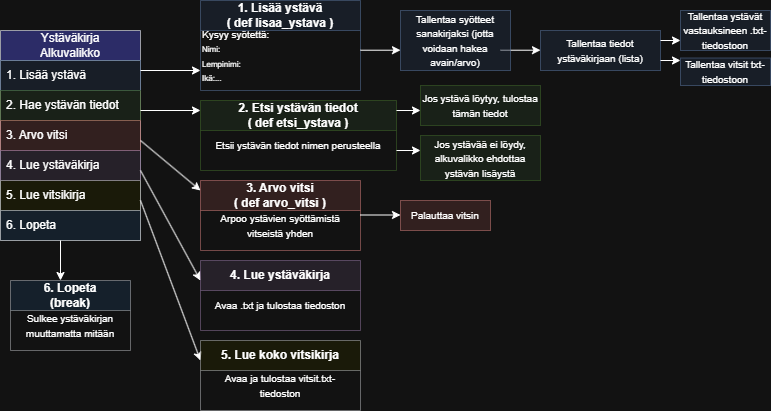
This is images/ystavakirja_suunnitelmat.drawio.png from tLineaaa/ohjelmistoprojekti, a draw.io export, as it was before one commit. Source tidied: cells renumbered, new cells last; positions are measured from the earlier drawing's top-left corner, leaving out a move shared by most shapes. Its diagram source:
```xml
<mxGraphModel>
  <root>
    <mxCell id="0" />
    <mxCell id="1" parent="0" />
    <mxCell id="2" value="Ystäväkirja&lt;div&gt;Alkuvalikko&lt;/div&gt;" style="swimlane;fontStyle=0;horizontal=1;startSize=30;whiteSpace=wrap;html=1;fillColor=light-dark(#CDEB8B,#32327C);strokeColor=#36393d;opacity=80;" parent="1" vertex="1">
      <mxGeometry y="30" width="140" height="210" as="geometry" />
    </mxCell>
    <mxCell id="3" value="1. Lisää ystävä" style="text;align=left;verticalAlign=middle;spacingLeft=4;spacingRight=4;overflow=hidden;whiteSpace=wrap;html=1;strokeColor=#6c8ebf;fillColor=#dae8fc;opacity=50;" parent="2" vertex="1">
      <mxGeometry y="30" width="140" height="30" as="geometry" />
    </mxCell>
    <mxCell id="4" value="2. Hae ystävän tiedot" style="text;strokeColor=#82b366;fillColor=#d5e8d4;align=left;verticalAlign=middle;spacingLeft=4;spacingRight=4;overflow=hidden;whiteSpace=wrap;html=1;opacity=50;" parent="2" vertex="1">
      <mxGeometry y="60" width="140" height="30" as="geometry" />
    </mxCell>
    <mxCell id="5" value="3. Arvo vitsi" style="text;strokeColor=#b85450;fillColor=#f8cecc;align=left;verticalAlign=middle;spacingLeft=4;spacingRight=4;overflow=hidden;whiteSpace=wrap;html=1;opacity=50;" parent="2" vertex="1">
      <mxGeometry y="90" width="140" height="30" as="geometry" />
    </mxCell>
    <mxCell id="6" value="4. Lue ystäväkirja" style="text;strokeColor=#9673a6;fillColor=#e1d5e7;align=left;verticalAlign=middle;spacingLeft=4;spacingRight=4;overflow=hidden;whiteSpace=wrap;html=1;opacity=50;" parent="2" vertex="1">
      <mxGeometry y="120" width="140" height="30" as="geometry" />
    </mxCell>
    <mxCell id="7" value="5. Lue vitsikirja" style="text;strokeColor=#36393d;fillColor=#ffff88;align=left;verticalAlign=middle;spacingLeft=4;spacingRight=4;overflow=hidden;whiteSpace=wrap;html=1;opacity=50;" parent="2" vertex="1">
      <mxGeometry y="150" width="140" height="30" as="geometry" />
    </mxCell>
    <mxCell id="8" value="6. Lopeta" style="text;strokeColor=#36393d;fillColor=#cce5ff;align=left;verticalAlign=middle;spacingLeft=4;spacingRight=4;overflow=hidden;whiteSpace=wrap;html=1;opacity=50;" parent="2" vertex="1">
      <mxGeometry y="180" width="140" height="30" as="geometry" />
    </mxCell>
    <mxCell id="9" style="endArrow=classic;html=1;rounded=0;" parent="1" edge="1">
      <mxGeometry relative="1" as="geometry">
        <mxPoint x="140" y="70" as="sourcePoint" />
        <mxPoint x="200" y="70" as="targetPoint" />
      </mxGeometry>
    </mxCell>
    <mxCell id="10" style="endArrow=classic;html=1;rounded=0;" parent="1" edge="1">
      <mxGeometry relative="1" as="geometry">
        <mxPoint x="140" y="110" as="sourcePoint" />
        <mxPoint x="200" y="110" as="targetPoint" />
      </mxGeometry>
    </mxCell>
    <mxCell id="11" style="endArrow=classic;html=1;rounded=0;" parent="1" edge="1">
      <mxGeometry relative="1" as="geometry">
        <mxPoint x="140" y="140" as="sourcePoint" />
        <mxPoint x="200" y="190" as="targetPoint" />
      </mxGeometry>
    </mxCell>
    <mxCell id="12" style="endArrow=classic;html=1;rounded=0;" parent="1" edge="1">
      <mxGeometry relative="1" as="geometry">
        <mxPoint x="140" y="170" as="sourcePoint" />
        <mxPoint x="200" y="280" as="targetPoint" />
      </mxGeometry>
    </mxCell>
    <mxCell id="13" value="1. Lisää ystävä&lt;div&gt;( def lisaa_ystava )&lt;/div&gt;" style="swimlane;whiteSpace=wrap;html=1;startSize=30;fillColor=#dae8fc;opacity=50;strokeColor=#6c8ebf;" parent="1" vertex="1">
      <mxGeometry x="200" width="160" height="90" as="geometry" />
    </mxCell>
    <mxCell id="14" value="&lt;font style=&quot;&quot;&gt;&lt;span style=&quot;font-size: 10px;&quot;&gt;Kysyy syötettä:&lt;/span&gt;&lt;br&gt;&lt;font style=&quot;font-size: 8px;&quot;&gt;Nimi:&lt;/font&gt;&lt;/font&gt;&lt;div&gt;&lt;font style=&quot;font-size: 8px;&quot;&gt;Lempinimi:&lt;/font&gt;&lt;/div&gt;&lt;div&gt;&lt;font style=&quot;font-size: 8px;&quot;&gt;Ikä:...&lt;/font&gt;&lt;/div&gt;" style="text;html=1;whiteSpace=wrap;strokeColor=none;fillColor=none;align=left;verticalAlign=middle;rounded=0;" parent="13" vertex="1">
      <mxGeometry y="40" width="150" height="30" as="geometry" />
    </mxCell>
    <mxCell id="15" value="2. Etsi ystävän tiedot&lt;div&gt;( def etsi_ystava )&lt;/div&gt;" style="swimlane;whiteSpace=wrap;html=1;startSize=30;fillColor=#d5e8d4;strokeColor=#82b366;opacity=50;" parent="1" vertex="1">
      <mxGeometry x="200" y="100" width="196" height="70" as="geometry" />
    </mxCell>
    <mxCell id="16" value="&lt;font style=&quot;font-size: 10px;&quot;&gt;Etsii ystävän tiedot nimen perusteella&lt;/font&gt;" style="text;html=1;whiteSpace=wrap;strokeColor=none;fillColor=none;align=center;verticalAlign=middle;rounded=0;" parent="15" vertex="1">
      <mxGeometry x="8" y="30" width="180" height="30" as="geometry" />
    </mxCell>
    <mxCell id="17" value="3. Arvo vitsi&lt;div&gt;( def arvo_vitsi )&lt;/div&gt;" style="swimlane;whiteSpace=wrap;html=1;startSize=30;fillColor=#f8cecc;strokeColor=#b85450;opacity=50;" parent="1" vertex="1">
      <mxGeometry x="200" y="180" width="160" height="70" as="geometry" />
    </mxCell>
    <mxCell id="18" value="&lt;font style=&quot;font-size: 10px;&quot;&gt;Arpoo ystävien syöttämistä vitseistä yhden&lt;/font&gt;" style="text;html=1;whiteSpace=wrap;align=center;verticalAlign=middle;rounded=0;opacity=50;" parent="17" vertex="1">
      <mxGeometry x="10" y="30" width="140" height="30" as="geometry" />
    </mxCell>
    <mxCell id="19" value="6. Lopeta&lt;div&gt;(break)&lt;/div&gt;" style="swimlane;whiteSpace=wrap;html=1;startSize=30;fillColor=#cce5ff;strokeColor=#36393d;opacity=50;" parent="1" vertex="1">
      <mxGeometry x="10" y="280" width="120" height="70" as="geometry" />
    </mxCell>
    <mxCell id="20" value="&lt;font style=&quot;font-size: 10px;&quot;&gt;Sulkee ystäväkirjan muuttamatta mitään&lt;/font&gt;" style="text;html=1;whiteSpace=wrap;strokeColor=none;fillColor=none;align=center;verticalAlign=middle;rounded=0;" parent="19" vertex="1">
      <mxGeometry x="-10" y="30" width="140" height="30" as="geometry" />
    </mxCell>
    <mxCell id="21" value="&lt;font style=&quot;font-size: 10px;&quot;&gt;Tallentaa tiedot ystäväkirjaan (lista)&lt;/font&gt;" style="rounded=0;whiteSpace=wrap;html=1;fillColor=#dae8fc;strokeColor=#6c8ebf;opacity=50;" parent="1" vertex="1">
      <mxGeometry x="540" y="30" width="120" height="40" as="geometry" />
    </mxCell>
    <mxCell id="22" style="endArrow=classic;html=1;rounded=0;" parent="1" edge="1">
      <mxGeometry relative="1" as="geometry">
        <mxPoint x="360" y="49.7" as="sourcePoint" />
        <mxPoint x="400" y="49.7" as="targetPoint" />
      </mxGeometry>
    </mxCell>
    <mxCell id="23" value="&lt;font style=&quot;font-size: 10px;&quot;&gt;Jos ystävää ei löydy, alkuvalikko ehdottaa ystävän lisäystä&lt;/font&gt;" style="rounded=0;whiteSpace=wrap;html=1;fillColor=#d5e8d4;strokeColor=#82b366;opacity=50;" parent="1" vertex="1">
      <mxGeometry x="420" y="135" width="120" height="45" as="geometry" />
    </mxCell>
    <mxCell id="24" style="endArrow=classic;html=1;rounded=0;" parent="1" edge="1">
      <mxGeometry relative="1" as="geometry">
        <mxPoint x="396" y="110" as="sourcePoint" />
        <mxPoint x="420" y="110" as="targetPoint" />
      </mxGeometry>
    </mxCell>
    <mxCell id="25" value="&lt;font style=&quot;font-size: 10px;&quot;&gt;Jos ystävä löytyy, tulostaa tämän tiedot&lt;/font&gt;" style="rounded=0;whiteSpace=wrap;html=1;fillColor=#d5e8d4;strokeColor=#82b366;opacity=50;" parent="1" vertex="1">
      <mxGeometry x="420" y="85" width="120" height="40" as="geometry" />
    </mxCell>
    <mxCell id="26" style="endArrow=classic;html=1;rounded=0;" parent="1" edge="1">
      <mxGeometry relative="1" as="geometry">
        <mxPoint x="396" y="150" as="sourcePoint" />
        <mxPoint x="420" y="150" as="targetPoint" />
      </mxGeometry>
    </mxCell>
    <mxCell id="27" value="&lt;font style=&quot;font-size: 10px;&quot;&gt;Palauttaa vitsin&lt;/font&gt;" style="rounded=0;whiteSpace=wrap;html=1;fillColor=#f8cecc;strokeColor=#b85450;opacity=50;" parent="1" vertex="1">
      <mxGeometry x="400" y="200" width="90" height="30" as="geometry" />
    </mxCell>
    <mxCell id="28" style="endArrow=classic;html=1;rounded=0;" parent="1" edge="1">
      <mxGeometry relative="1" as="geometry">
        <mxPoint x="360" y="214.5" as="sourcePoint" />
        <mxPoint x="400" y="214.5" as="targetPoint" />
      </mxGeometry>
    </mxCell>
    <mxCell id="29" style="endArrow=classic;html=1;rounded=0;" parent="1" edge="1">
      <mxGeometry relative="1" as="geometry">
        <mxPoint x="500" y="49.7" as="sourcePoint" />
        <mxPoint x="540" y="49.7" as="targetPoint" />
      </mxGeometry>
    </mxCell>
    <mxCell id="30" value="&lt;font style=&quot;font-size: 10px;&quot;&gt;Tallentaa syötteet sanakirjaksi (jotta voidaan hakea avain/arvo)&lt;/font&gt;" style="rounded=0;whiteSpace=wrap;html=1;fillColor=#dae8fc;strokeColor=#6c8ebf;opacity=50;" parent="1" vertex="1">
      <mxGeometry x="400" y="10" width="110" height="60" as="geometry" />
    </mxCell>
    <mxCell id="31" style="endArrow=classic;html=1;rounded=0;" parent="1" edge="1">
      <mxGeometry relative="1" as="geometry">
        <mxPoint x="140" y="200" as="sourcePoint" />
        <mxPoint x="200" y="360" as="targetPoint" />
      </mxGeometry>
    </mxCell>
    <mxCell id="32" style="endArrow=classic;html=1;rounded=0;" parent="1" edge="1">
      <mxGeometry relative="1" as="geometry">
        <mxPoint x="60" y="240" as="sourcePoint" />
        <mxPoint x="60" y="280" as="targetPoint" />
      </mxGeometry>
    </mxCell>
    <mxCell id="33" style="endArrow=classic;html=1;rounded=0;" parent="1" edge="1">
      <mxGeometry relative="1" as="geometry">
        <mxPoint x="660" y="40" as="sourcePoint" />
        <mxPoint x="680" y="40" as="targetPoint" />
      </mxGeometry>
    </mxCell>
    <mxCell id="34" style="endArrow=classic;html=1;rounded=0;" parent="1" edge="1">
      <mxGeometry relative="1" as="geometry">
        <mxPoint x="660" y="60" as="sourcePoint" />
        <mxPoint x="680" y="60" as="targetPoint" />
      </mxGeometry>
    </mxCell>
    <mxCell id="35" value="&lt;font style=&quot;font-size: 10px;&quot;&gt;Tallentaa ystävät vastauksineen .txt-tiedostoon&lt;/font&gt;" style="rounded=0;whiteSpace=wrap;html=1;fillColor=#dae8fc;strokeColor=#6c8ebf;opacity=50;" parent="1" vertex="1">
      <mxGeometry x="680" y="10" width="90" height="40" as="geometry" />
    </mxCell>
    <mxCell id="36" value="&lt;font style=&quot;font-size: 10px;&quot;&gt;Tallentaa vitsit txt-tiedostoon&lt;/font&gt;" style="rounded=0;whiteSpace=wrap;html=1;fillColor=#dae8fc;strokeColor=#6c8ebf;opacity=50;" parent="1" vertex="1">
      <mxGeometry x="680" y="57.5" width="90" height="27.5" as="geometry" />
    </mxCell>
    <mxCell id="37" value="4. Lue ystäväkirja" style="swimlane;whiteSpace=wrap;html=1;startSize=30;fillColor=#e1d5e7;strokeColor=#9673a6;opacity=50;" parent="1" vertex="1">
      <mxGeometry x="200" y="260" width="160" height="70" as="geometry" />
    </mxCell>
    <mxCell id="38" value="&lt;font style=&quot;font-size: 10px;&quot;&gt;Avaa .txt ja tulostaa tiedoston&lt;/font&gt;" style="text;html=1;whiteSpace=wrap;align=center;verticalAlign=middle;rounded=0;" parent="37" vertex="1">
      <mxGeometry x="10" y="30" width="140" height="30" as="geometry" />
    </mxCell>
    <mxCell id="39" value="5. Lue koko vitsikirja" style="swimlane;whiteSpace=wrap;html=1;startSize=30;fillColor=#ffff88;strokeColor=#36393d;opacity=50;" parent="1" vertex="1">
      <mxGeometry x="200" y="340" width="160" height="70" as="geometry" />
    </mxCell>
    <mxCell id="40" value="&lt;font style=&quot;font-size: 10px;&quot;&gt;Avaa ja tulostaa vitsit.txt-tiedoston&lt;/font&gt;" style="text;html=1;whiteSpace=wrap;align=center;verticalAlign=middle;rounded=0;" parent="39" vertex="1">
      <mxGeometry x="10" y="30" width="140" height="30" as="geometry" />
    </mxCell>
  </root>
</mxGraphModel>
```
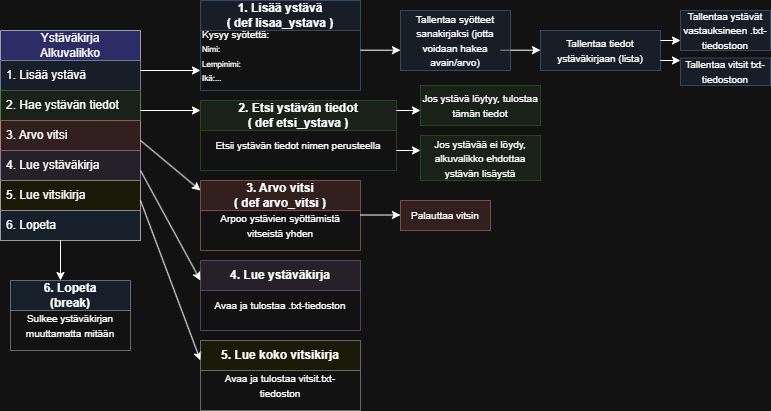
Later version of the same file.

Diff of the diagram source:
```diff
@@ -149,7 +149,7 @@
     <mxCell id="37" value="4. Lue ystäväkirja" style="swimlane;whiteSpace=wrap;html=1;startSize=30;fillColor=#e1d5e7;strokeColor=#9673a6;opacity=50;" parent="1" vertex="1">
       <mxGeometry x="200" y="260" width="160" height="70" as="geometry" />
     </mxCell>
-    <mxCell id="38" value="&lt;font style=&quot;font-size: 10px;&quot;&gt;Avaa .txt ja tulostaa tiedoston&lt;/font&gt;" style="text;html=1;whiteSpace=wrap;align=center;verticalAlign=middle;rounded=0;" parent="37" vertex="1">
+    <mxCell id="38" value="&lt;font style=&quot;font-size: 10px;&quot;&gt;Avaa ja tulostaa .txt-tiedoston&lt;/font&gt;" style="text;html=1;whiteSpace=wrap;align=center;verticalAlign=middle;rounded=0;" parent="37" vertex="1">
       <mxGeometry x="10" y="30" width="140" height="30" as="geometry" />
     </mxCell>
     <mxCell id="39" value="5. Lue koko vitsikirja" style="swimlane;whiteSpace=wrap;html=1;startSize=30;fillColor=#ffff88;strokeColor=#36393d;opacity=50;" parent="1" vertex="1">
```
